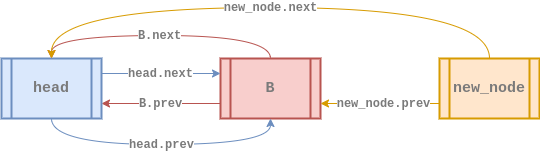
This is assets/data-structure/linked-list/cll-doubly-insert2.png from euisblue/vue-blog, a draw.io export, as it was before one commit. Source tidied: cells renumbered, new cells last; positions are measured from the earlier drawing's top-left corner, leaving out a move shared by most shapes.
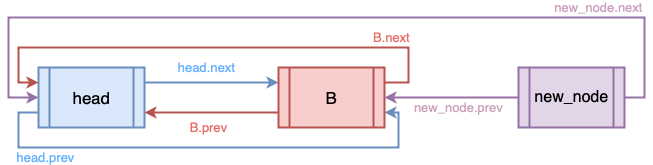
Later version of the same file.

What changed in the source:
```diff
@@ -2,52 +2,56 @@
   <root>
     <mxCell id="0" />
     <mxCell id="1" parent="0" />
-    <mxCell id="2" value="&lt;font face=&quot;Courier New&quot; color=&quot;#7a7a7a&quot; size=&quot;1&quot;&gt;&lt;b style=&quot;font-size: 12px&quot;&gt;B.next&lt;/b&gt;&lt;/font&gt;" style="edgeStyle=orthogonalEdgeStyle;rounded=0;jettySize=auto;html=1;exitX=0.5;exitY=0;exitDx=0;exitDy=0;endArrow=classic;endFill=1;strokeColor=#b85450;strokeWidth=1;curved=1;entryX=0.5;entryY=0;entryDx=0;entryDy=0;fillColor=#f8cecc;" parent="1" edge="1" source="4" target="7">
-      <mxGeometry x="0.01" relative="1" as="geometry">
-        <Array as="points">
-          <mxPoint x="269" y="28" />
-          <mxPoint x="50" y="28" />
-        </Array>
+    <mxCell id="2" value="&lt;font color=&quot;#66b2ff&quot; style=&quot;font-size: 13px&quot;&gt;head.next&lt;/font&gt;" style="edgeStyle=orthogonalEdgeStyle;rounded=0;jettySize=auto;html=1;exitX=1;exitY=0.25;exitDx=0;exitDy=0;entryX=0;entryY=0.25;entryDx=0;entryDy=0;fillColor=#dae8fc;strokeColor=#6c8ebf;strokeWidth=2;labelBackgroundColor=none;labelBorderColor=none;fontFamily=Helvetica;" parent="1" edge="1" target="6">
+      <mxGeometry x="-0.06" y="15" relative="1" as="geometry">
+        <mxPoint x="324" y="66" as="sourcePoint" />
       </mxGeometry>
     </mxCell>
-    <mxCell id="3" value="&lt;b style=&quot;color: rgb(122 , 122 , 122) ; font-family: &amp;#34;courier new&amp;#34;&quot;&gt;&lt;font style=&quot;font-size: 12px&quot;&gt;B.prev&lt;/font&gt;&lt;/b&gt;" style="rounded=0;jettySize=auto;html=1;exitX=0;exitY=0.75;exitDx=0;exitDy=0;entryX=1;entryY=0.75;entryDx=0;entryDy=0;strokeColor=#b85450;strokeWidth=1;fillColor=#f8cecc;" parent="1" edge="1" source="4" target="7">
-      <mxGeometry relative="1" as="geometry" />
+    <mxCell id="3" value="&lt;span style=&quot;color: rgb(102 , 178 , 255) ; font-family: &amp;#34;helvetica&amp;#34; ; font-size: 13px ; font-style: normal ; font-weight: normal ; letter-spacing: normal ; text-align: center ; text-indent: 0px ; text-transform: none ; word-spacing: 0px ; text-decoration: none ; display: inline ; float: none&quot;&gt;head.prev&lt;/span&gt;" style="edgeStyle=orthogonalEdgeStyle;rounded=0;jettySize=auto;html=1;exitX=0;exitY=0.75;exitDx=0;exitDy=0;entryX=1;entryY=0.75;entryDx=0;entryDy=0;labelBackgroundColor=none;strokeWidth=2;fontFamily=Helvetica;fontColor=#666666;align=center;fillColor=#dae8fc;strokeColor=#6c8ebf;" parent="1" edge="1" source="4" target="6">
+      <mxGeometry x="-0.66" y="-10" relative="1" as="geometry">
+        <Array as="points">
+          <mxPoint x="199" y="96" />
+          <mxPoint x="199" y="131" />
+          <mxPoint x="579" y="131" />
+          <mxPoint x="579" y="96" />
+        </Array>
+      </mxGeometry>
     </mxCell>
-    <mxCell id="4" value="&lt;b&gt;&lt;font style=&quot;font-size: 15px&quot; face=&quot;Courier New&quot; color=&quot;#7a7a7a&quot;&gt;B&lt;/font&gt;&lt;/b&gt;" style="shape=process;whiteSpace=wrap;html=1;backgroundOutline=1;fillColor=#f8cecc;strokeColor=#b85450;gradientDirection=east;strokeWidth=2;shadow=0;glass=0;sketch=0;" parent="1" vertex="1">
-      <mxGeometry x="219" y="51" width="100" height="60" as="geometry" />
+    <mxCell id="4" value="&lt;font&gt;&lt;font style=&quot;font-size: 17px&quot;&gt;head&lt;/font&gt;&lt;br&gt;&lt;/font&gt;" style="shape=process;whiteSpace=wrap;html=1;backgroundOutline=1;strokeWidth=2;fillColor=#dae8fc;strokeColor=#6c8ebf;fontStyle=0;fontFamily=Helvetica;fontSize=14;labelBackgroundColor=none;labelBorderColor=none;" parent="1" vertex="1">
+      <mxGeometry x="219" y="51" width="106" height="60" as="geometry" />
     </mxCell>
-    <mxCell id="5" value="&lt;b style=&quot;font-size: 11px ; font-style: normal ; letter-spacing: normal ; text-align: center ; text-indent: 0px ; text-transform: none ; word-spacing: 0px ; font-family: &amp;#34;courier new&amp;#34;&quot;&gt;&lt;font style=&quot;font-size: 12px&quot; color=&quot;#7a7a7a&quot;&gt;head.prev&lt;/font&gt;&lt;/b&gt;" style="edgeStyle=orthogonalEdgeStyle;curved=1;rounded=0;sketch=0;jettySize=auto;html=1;exitX=0.5;exitY=1;exitDx=0;exitDy=0;entryX=0.5;entryY=1;entryDx=0;entryDy=0;strokeWidth=1;strokeColor=#6c8ebf;fillColor=#dae8fc;" parent="1" edge="1" source="7" target="4">
-      <mxGeometry relative="1" as="geometry">
-        <Array as="points">
-          <mxPoint x="50" y="137" />
-          <mxPoint x="269" y="137" />
-        </Array>
-      </mxGeometry>
+    <mxCell id="5" value="&lt;font color=&quot;#ea6b66&quot; style=&quot;font-size: 13px&quot;&gt;B.prev&lt;/font&gt;" style="edgeStyle=orthogonalEdgeStyle;rounded=0;jettySize=auto;html=1;exitX=0;exitY=0.75;exitDx=0;exitDy=0;entryX=1;entryY=0.75;entryDx=0;entryDy=0;fillColor=#f8cecc;strokeColor=#b85450;strokeWidth=2;labelBackgroundColor=none;labelBorderColor=none;fontFamily=Helvetica;align=center;" parent="1" edge="1" source="6" target="4">
+      <mxGeometry x="0.04" y="15" relative="1" as="geometry" />
     </mxCell>
-    <mxCell id="6" value="&lt;b style=&quot;font-size: 11px ; font-style: normal ; letter-spacing: normal ; text-align: center ; text-indent: 0px ; text-transform: none ; word-spacing: 0px ; font-family: &amp;#34;courier new&amp;#34;&quot;&gt;&lt;font style=&quot;font-size: 12px&quot; color=&quot;#7a7a7a&quot;&gt;head.next&lt;/font&gt;&lt;/b&gt;" style="edgeStyle=orthogonalEdgeStyle;curved=1;rounded=0;sketch=0;jettySize=auto;html=1;exitX=1;exitY=0.25;exitDx=0;exitDy=0;entryX=0;entryY=0.25;entryDx=0;entryDy=0;strokeColor=#6c8ebf;strokeWidth=1;fillColor=#dae8fc;" parent="1" edge="1" source="7" target="4">
-      <mxGeometry x="-0.01" relative="1" as="geometry">
-        <Array as="points">
-          <mxPoint x="159" y="66" />
-          <mxPoint x="159" y="66" />
-        </Array>
-      </mxGeometry>
+    <mxCell id="6" value="&lt;font&gt;&lt;font style=&quot;font-size: 17px&quot;&gt;B&lt;/font&gt;&lt;br&gt;&lt;/font&gt;" style="shape=process;whiteSpace=wrap;html=1;backgroundOutline=1;strokeWidth=2;fillColor=#f8cecc;strokeColor=#b85450;fontStyle=0;fontFamily=Helvetica;fontSize=14;labelBackgroundColor=none;labelBorderColor=none;" parent="1" vertex="1">
+      <mxGeometry x="459" y="51" width="106" height="60" as="geometry" />
     </mxCell>
-    <mxCell id="7" value="&lt;div&gt;&lt;font color=&quot;#7a7a7a&quot; face=&quot;courier new&quot; style=&quot;font-size: 15px&quot;&gt;head&lt;/font&gt;&lt;/div&gt;" style="shape=process;whiteSpace=wrap;html=1;backgroundOutline=1;fillColor=#dae8fc;strokeColor=#6c8ebf;gradientDirection=east;strokeWidth=2;shadow=0;glass=0;align=center;sketch=0;fontStyle=1;" parent="1" vertex="1">
-      <mxGeometry y="51" width="100" height="60" as="geometry" />
+    <mxCell id="7" value="&lt;font style=&quot;font-size: 13px&quot; color=&quot;#cda2be&quot;&gt;new_node.prev&lt;/font&gt;" style="edgeStyle=orthogonalEdgeStyle;rounded=0;jettySize=auto;html=1;exitX=0;exitY=0.5;exitDx=0;exitDy=0;entryX=1;entryY=0.5;entryDx=0;entryDy=0;labelBackgroundColor=none;strokeWidth=2;fontFamily=Helvetica;fontColor=#666666;align=center;fillColor=#e1d5e7;strokeColor=#9673a6;" parent="1" edge="1" source="8" target="6">
+      <mxGeometry x="-0.1" y="10" relative="1" as="geometry" />
     </mxCell>
-    <mxCell id="8" value="&lt;font color=&quot;#7a7a7a&quot; face=&quot;courier new&quot;&gt;&lt;span style=&quot;font-size: 12px&quot;&gt;&lt;b&gt;new_node.prev&lt;/b&gt;&lt;/span&gt;&lt;/font&gt;" style="edgeStyle=orthogonalEdgeStyle;curved=1;rounded=0;jettySize=auto;html=1;exitX=0;exitY=0.75;exitDx=0;exitDy=0;entryX=1;entryY=0.75;entryDx=0;entryDy=0;strokeColor=#d79b00;strokeWidth=1;fillColor=#ffe6cc;" parent="1" edge="1" source="10" target="4">
-      <mxGeometry x="-0.06" relative="1" as="geometry" />
+    <mxCell id="8" value="&lt;font&gt;&lt;font style=&quot;font-size: 16px&quot;&gt;new_node&lt;/font&gt;&lt;br&gt;&lt;/font&gt;" style="shape=process;whiteSpace=wrap;html=1;backgroundOutline=1;strokeWidth=2;fillColor=#e1d5e7;strokeColor=#9673a6;fontStyle=0;fontFamily=Helvetica;fontSize=14;labelBackgroundColor=none;labelBorderColor=none;" parent="1" vertex="1">
+      <mxGeometry x="699" y="51" width="106" height="60" as="geometry" />
     </mxCell>
-    <mxCell id="9" value="&lt;font color=&quot;#7a7a7a&quot; face=&quot;courier new&quot;&gt;&lt;span style=&quot;font-size: 12px&quot;&gt;&lt;b&gt;new_node.next&lt;/b&gt;&lt;/span&gt;&lt;/font&gt;" style="edgeStyle=orthogonalEdgeStyle;curved=1;rounded=0;sketch=0;jettySize=auto;html=1;exitX=0.5;exitY=0;exitDx=0;exitDy=0;entryX=0.5;entryY=0;entryDx=0;entryDy=0;strokeWidth=1;strokeColor=#d79b00;fillColor=#ffe6cc;" parent="1" edge="1" source="10" target="7">
-      <mxGeometry relative="1" as="geometry">
+    <mxCell id="9" value="&lt;span style=&quot;color: rgb(234, 107, 102); font-family: helvetica; font-size: 13px; font-style: normal; font-weight: normal; letter-spacing: normal; text-align: center; text-indent: 0px; text-transform: none; word-spacing: 0px; text-decoration: none; display: inline; float: none;&quot;&gt;B.next&lt;/span&gt;" style="edgeStyle=orthogonalEdgeStyle;rounded=0;jettySize=auto;html=1;exitX=1;exitY=0.25;exitDx=0;exitDy=0;entryX=0;entryY=0.25;entryDx=0;entryDy=0;labelBackgroundColor=none;strokeWidth=2;fontFamily=Helvetica;fontColor=#666666;align=center;fillColor=#f8cecc;strokeColor=#b85450;" parent="1" edge="1" source="6" target="4">
+      <mxGeometry x="-0.7" y="-10" relative="1" as="geometry">
         <Array as="points">
-          <mxPoint x="488" />
-          <mxPoint x="50" />
+          <mxPoint x="589" y="66" />
+          <mxPoint x="589" y="31" />
+          <mxPoint x="199" y="31" />
+          <mxPoint x="199" y="66" />
         </Array>
       </mxGeometry>
     </mxCell>
-    <mxCell id="10" value="&lt;div&gt;&lt;font color=&quot;#7a7a7a&quot; face=&quot;courier new&quot; size=&quot;1&quot;&gt;&lt;b style=&quot;font-size: 15px&quot;&gt;new_node&lt;/b&gt;&lt;/font&gt;&lt;/div&gt;" style="shape=process;whiteSpace=wrap;html=1;backgroundOutline=1;fillColor=#ffe6cc;strokeColor=#d79b00;gradientDirection=east;strokeWidth=2;shadow=0;glass=0;align=center;sketch=0;" parent="1" vertex="1">
-      <mxGeometry x="438" y="51" width="100" height="60" as="geometry" />
+    <mxCell id="10" value="&lt;span style=&quot;font-family: &amp;#34;helvetica&amp;#34; ; font-size: 13px ; font-style: normal ; font-weight: normal ; letter-spacing: normal ; text-align: center ; text-indent: 0px ; text-transform: none ; word-spacing: 0px ; text-decoration: none ; display: inline ; float: none&quot;&gt;&lt;font color=&quot;#cda2be&quot;&gt;new_node.next&lt;/font&gt;&lt;/span&gt;" style="edgeStyle=orthogonalEdgeStyle;rounded=0;jettySize=auto;html=1;exitX=1;exitY=0.5;exitDx=0;exitDy=0;labelBackgroundColor=none;strokeWidth=2;fontFamily=Helvetica;fontColor=#666666;align=center;fillColor=#e1d5e7;strokeColor=#9673a6;" parent="1" edge="1" source="8">
+      <mxGeometry x="-0.65" y="-10" relative="1" as="geometry">
+        <mxPoint x="219" y="81" as="targetPoint" />
+        <Array as="points">
+          <mxPoint x="825" y="81" />
+          <mxPoint x="825" y="1" />
+          <mxPoint x="189" y="1" />
+          <mxPoint x="189" y="81" />
+        </Array>
+      </mxGeometry>
     </mxCell>
   </root>
 </mxGraphModel>
```
